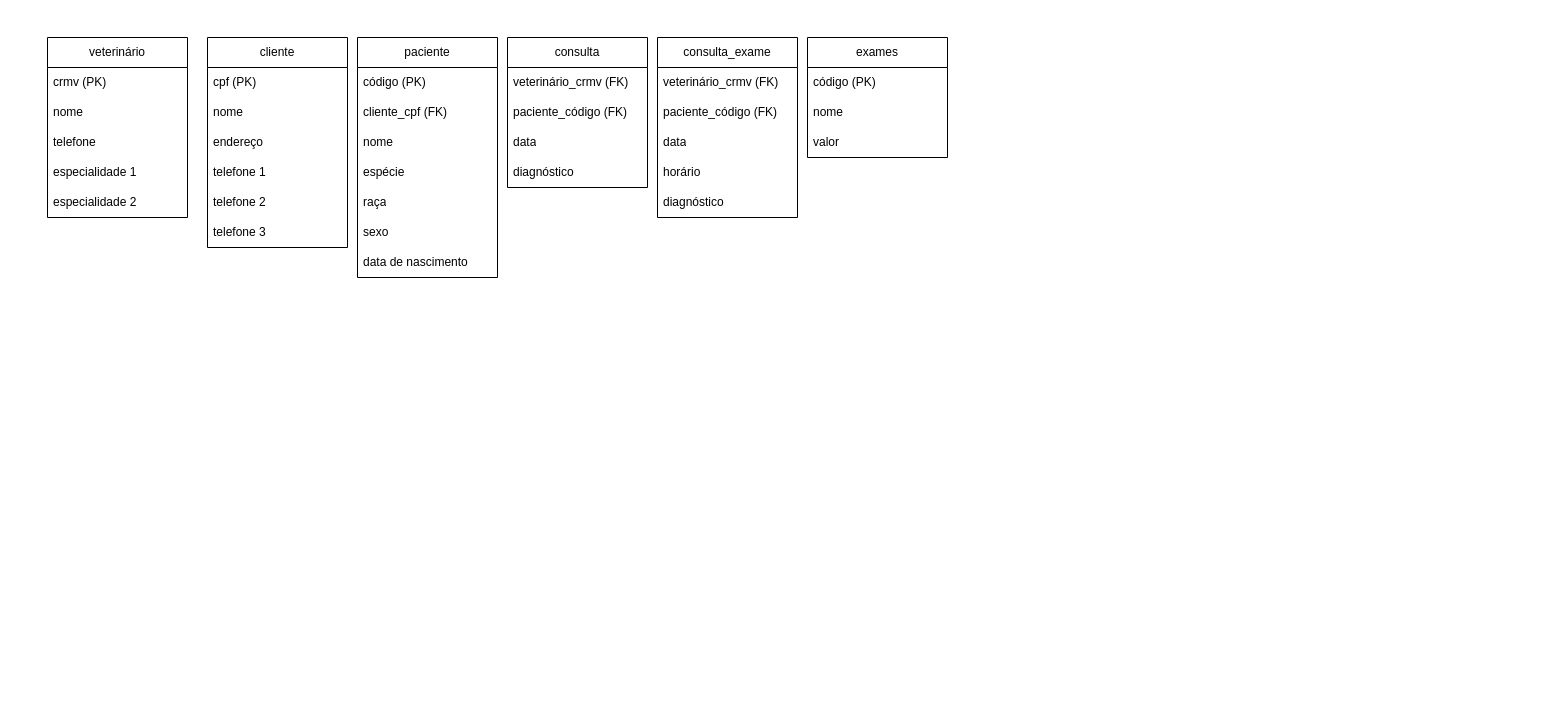
This is case VETERINARIA.drawio from Reimyel/Diagramas, a draw.io file, before an edit. Source tidied: cells renumbered, new cells numbered last; positions are measured from the earlier drawing's top-left corner, leaving out a move shared by most shapes. Both pictures are drawn from the tidied source at 100%, with x=0, y=0 at pixel (47, 37).
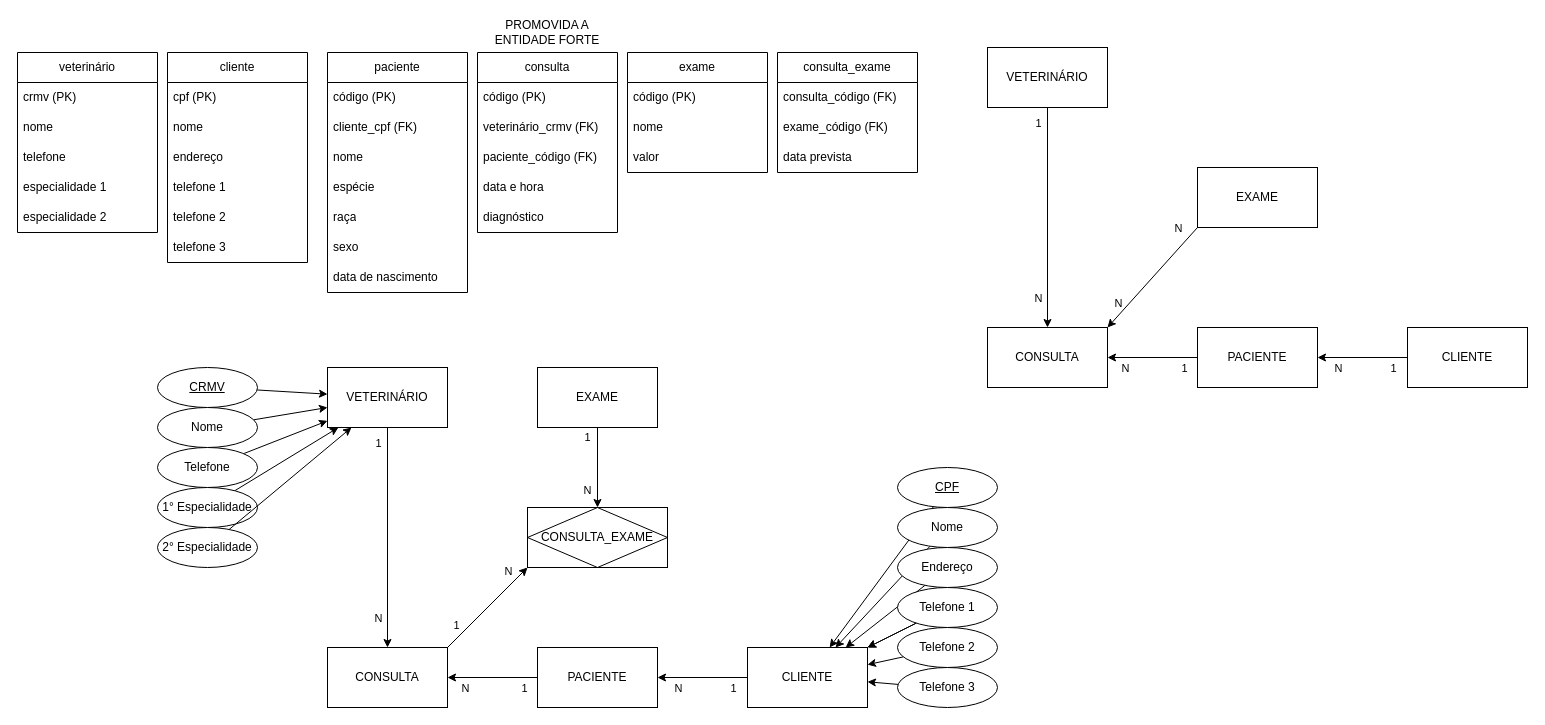
The same page after the edit.

What changed in the source:
```diff
@@
     <mxCell id="2" value="veterinário" style="swimlane;fontStyle=0;horizontal=1;startSize=30;whiteSpace=wrap;html=1;" parent="1" vertex="1">
-      <mxGeometry width="140" height="180" as="geometry" />
+      <mxGeometry x="-30" y="15" width="140" height="180" as="geometry" />
     </mxCell>
@@
     <mxCell id="8" value="cliente" style="swimlane;fontStyle=0;horizontal=1;startSize=30;whiteSpace=wrap;html=1;" parent="1" vertex="1">
-      <mxGeometry x="160" width="140" height="210" as="geometry" />
+      <mxGeometry x="120" y="15" width="140" height="210" as="geometry" />
     </mxCell>
@@
     <mxCell id="15" value="paciente" style="swimlane;fontStyle=0;horizontal=1;startSize=30;whiteSpace=wrap;html=1;" parent="1" vertex="1">
-      <mxGeometry x="310" width="140" height="240" as="geometry" />
+      <mxGeometry x="280" y="15" width="140" height="240" as="geometry" />
     </mxCell>
@@
     <mxCell id="23" value="consulta" style="swimlane;fontStyle=0;horizontal=1;startSize=30;whiteSpace=wrap;html=1;" parent="1" vertex="1">
-      <mxGeometry x="460" width="140" height="150" as="geometry" />
+      <mxGeometry x="430" y="15" width="140" height="180" as="geometry" />
     </mxCell>
+    <mxCell id="38" value="código (PK)" style="text;strokeColor=none;fillColor=none;align=left;verticalAlign=middle;spacingLeft=4;spacingRight=4;overflow=hidden;whiteSpace=wrap;html=1;" parent="23" vertex="1">
+      <mxGeometry y="30" width="140" height="30" as="geometry" />
+    </mxCell>
     <mxCell id="24" value="veterinário_crmv (FK)" style="text;strokeColor=none;fillColor=none;align=left;verticalAlign=middle;spacingLeft=4;spacingRight=4;overflow=hidden;whiteSpace=wrap;html=1;" parent="23" vertex="1">
-      <mxGeometry y="30" width="140" height="30" as="geometry" />
+      <mxGeometry y="60" width="140" height="30" as="geometry" />
     </mxCell>
     <mxCell id="25" value="paciente_código (FK)" style="text;strokeColor=none;fillColor=none;align=left;verticalAlign=middle;spacingLeft=4;spacingRight=4;overflow=hidden;whiteSpace=wrap;html=1;" parent="23" vertex="1">
-      <mxGeometry y="60" width="140" height="30" as="geometry" />
+      <mxGeometry y="90" width="140" height="30" as="geometry" />
     </mxCell>
-    <mxCell id="26" value="data" style="text;strokeColor=none;fillColor=none;align=left;verticalAlign=middle;spacingLeft=4;spacingRight=4;overflow=hidden;whiteSpace=wrap;html=1;" parent="23" vertex="1">
-      <mxGeometry y="90" width="140" height="30" as="geometry" />
+    <mxCell id="26" value="data e hora" style="text;strokeColor=none;fillColor=none;align=left;verticalAlign=middle;spacingLeft=4;spacingRight=4;overflow=hidden;whiteSpace=wrap;html=1;" parent="23" vertex="1">
+      <mxGeometry y="120" width="140" height="30" as="geometry" />
     </mxCell>
     <mxCell id="27" value="diagnóstico" style="text;strokeColor=none;fillColor=none;align=left;verticalAlign=middle;spacingLeft=4;spacingRight=4;overflow=hidden;whiteSpace=wrap;html=1;" parent="23" vertex="1">
-      <mxGeometry y="120" width="140" height="30" as="geometry" />
+      <mxGeometry y="150" width="140" height="30" as="geometry" />
     </mxCell>
-    <mxCell id="28" value="exames" style="swimlane;fontStyle=0;horizontal=1;startSize=30;whiteSpace=wrap;html=1;" parent="1" vertex="1">
-      <mxGeometry x="760" width="140" height="120" as="geometry" />
+    <mxCell id="28" value="exame" style="swimlane;fontStyle=0;horizontal=1;startSize=30;whiteSpace=wrap;html=1;" parent="1" vertex="1">
+      <mxGeometry x="580" y="15" width="140" height="120" as="geometry" />
     </mxCell>
@@
     <mxCell id="32" value="consulta_exame" style="swimlane;fontStyle=0;horizontal=1;startSize=30;whiteSpace=wrap;html=1;" parent="1" vertex="1">
-      <mxGeometry x="610" width="140" height="180" as="geometry" />
+      <mxGeometry x="730" y="15" width="140" height="120" as="geometry" />
     </mxCell>
-    <mxCell id="33" value="veterinário_crmv (FK)" style="text;strokeColor=none;fillColor=none;align=left;verticalAlign=middle;spacingLeft=4;spacingRight=4;overflow=hidden;whiteSpace=wrap;html=1;" parent="32" vertex="1">
+    <mxCell id="33" value="consulta_código (FK)" style="text;strokeColor=none;fillColor=none;align=left;verticalAlign=middle;spacingLeft=4;spacingRight=4;overflow=hidden;whiteSpace=wrap;html=1;" parent="32" vertex="1">
       <mxGeometry y="30" width="140" height="30" as="geometry" />
     </mxCell>
-    <mxCell id="34" value="paciente_código (FK)" style="text;strokeColor=none;fillColor=none;align=left;verticalAlign=middle;spacingLeft=4;spacingRight=4;overflow=hidden;whiteSpace=wrap;html=1;" parent="32" vertex="1">
+    <mxCell id="34" value="exame_código (FK)" style="text;strokeColor=none;fillColor=none;align=left;verticalAlign=middle;spacingLeft=4;spacingRight=4;overflow=hidden;whiteSpace=wrap;html=1;" parent="32" vertex="1">
       <mxGeometry y="60" width="140" height="30" as="geometry" />
     </mxCell>
-    <mxCell id="35" value="data" style="text;strokeColor=none;fillColor=none;align=left;verticalAlign=middle;spacingLeft=4;spacingRight=4;overflow=hidden;whiteSpace=wrap;html=1;" parent="32" vertex="1">
-      <mxGeometry y="90" width="140" height="30" as="geometry" />
-    </mxCell>
-    <mxCell id="36" value="horário" style="text;strokeColor=none;fillColor=none;align=left;verticalAlign=middle;spacingLeft=4;spacingRight=4;overflow=hidden;whiteSpace=wrap;html=1;" parent="32" vertex="1">
-      <mxGeometry y="120" width="140" height="30" as="geometry" />
-    </mxCell>
-    <mxCell id="37" value="diagnóstico" style="text;strokeColor=none;fillColor=none;align=left;verticalAlign=middle;spacingLeft=4;spacingRight=4;overflow=hidden;whiteSpace=wrap;html=1;" parent="32" vertex="1">
-      <mxGeometry y="150" width="140" height="30" as="geometry" />
-    </mxCell>
+    <mxCell id="39" value="data prevista" style="text;strokeColor=none;fillColor=none;align=left;verticalAlign=middle;spacingLeft=4;spacingRight=4;overflow=hidden;whiteSpace=wrap;html=1;" parent="32" vertex="1">
+      <mxGeometry y="90" width="140" height="30" as="geometry" />
+    </mxCell>
+    <mxCell id="40" value="PROMOVIDA A ENTIDADE FORTE" style="text;html=1;whiteSpace=wrap;strokeColor=none;fillColor=none;align=center;verticalAlign=middle;rounded=0;" parent="1" vertex="1">
+      <mxGeometry x="440" y="-20" width="120" height="30" as="geometry" />
+    </mxCell>
+    <mxCell id="41" style="edgeStyle=orthogonalEdgeStyle;rounded=0;jettySize=auto;html=1;" parent="1" edge="1" source="44" target="56">
+      <mxGeometry relative="1" as="geometry" />
+    </mxCell>
+    <mxCell id="42" value="1" style="edgeLabel;html=1;align=center;verticalAlign=middle;" parent="41" vertex="1">
+      <mxGeometry x="-0.86" y="-1" relative="1" as="geometry">
+        <mxPoint x="-9" as="offset" />
+      </mxGeometry>
+    </mxCell>
+    <mxCell id="43" value="N" style="edgeLabel;html=1;align=center;verticalAlign=middle;" parent="41" vertex="1">
+      <mxGeometry x="0.76" y="-1" relative="1" as="geometry">
+        <mxPoint x="-9" y="-4" as="offset" />
+      </mxGeometry>
+    </mxCell>
+    <mxCell id="44" value="VETERINÁRIO" style="rounded=0;whiteSpace=wrap;html=1;" parent="1" vertex="1">
+      <mxGeometry x="940" y="10" width="120" height="60" as="geometry" />
+    </mxCell>
+    <mxCell id="45" style="edgeStyle=orthogonalEdgeStyle;rounded=0;jettySize=auto;html=1;" parent="1" edge="1" source="48" target="52">
+      <mxGeometry relative="1" as="geometry" />
+    </mxCell>
+    <mxCell id="46" value="1" style="edgeLabel;html=1;align=center;verticalAlign=middle;" parent="45" vertex="1">
+      <mxGeometry x="-0.67" y="-2" relative="1" as="geometry">
+        <mxPoint y="12" as="offset" />
+      </mxGeometry>
+    </mxCell>
+    <mxCell id="47" value="N" style="edgeLabel;html=1;align=center;verticalAlign=middle;" parent="45" vertex="1">
+      <mxGeometry x="0.62" relative="1" as="geometry">
+        <mxPoint x="3" y="10" as="offset" />
+      </mxGeometry>
+    </mxCell>
+    <mxCell id="48" value="CLIENTE" style="rounded=0;whiteSpace=wrap;html=1;" parent="1" vertex="1">
+      <mxGeometry x="1360" y="290" width="120" height="60" as="geometry" />
+    </mxCell>
+    <mxCell id="49" style="edgeStyle=orthogonalEdgeStyle;rounded=0;jettySize=auto;html=1;" parent="1" edge="1" source="52" target="56">
+      <mxGeometry relative="1" as="geometry" />
+    </mxCell>
+    <mxCell id="50" value="1" style="edgeLabel;html=1;align=center;verticalAlign=middle;" parent="49" vertex="1">
+      <mxGeometry x="-0.68" y="1" relative="1" as="geometry">
+        <mxPoint y="9" as="offset" />
+      </mxGeometry>
+    </mxCell>
+    <mxCell id="51" value="N" style="edgeLabel;html=1;align=center;verticalAlign=middle;" parent="49" vertex="1">
+      <mxGeometry x="0.63" y="-2" relative="1" as="geometry">
+        <mxPoint y="12" as="offset" />
+      </mxGeometry>
+    </mxCell>
+    <mxCell id="52" value="PACIENTE" style="rounded=0;whiteSpace=wrap;html=1;" parent="1" vertex="1">
+      <mxGeometry x="1150" y="290" width="120" height="60" as="geometry" />
+    </mxCell>
+    <mxCell id="53" style="rounded=0;jettySize=auto;html=1;exitX=0;exitY=1;exitDx=0;exitDy=0;entryX=1;entryY=0;entryDx=0;entryDy=0;" parent="1" edge="1" source="57" target="56">
+      <mxGeometry relative="1" as="geometry" />
+    </mxCell>
+    <mxCell id="54" value="N" style="edgeLabel;html=1;align=center;verticalAlign=middle;" parent="53" vertex="1">
+      <mxGeometry x="0.76" y="-1" relative="1" as="geometry">
+        <mxPoint x="60" y="-87" as="offset" />
+      </mxGeometry>
+    </mxCell>
+    <mxCell id="55" value="N" style="edgeLabel;html=1;align=center;verticalAlign=middle;" parent="53" vertex="1">
+      <mxGeometry x="0.76" y="-1" relative="1" as="geometry">
+        <mxPoint y="-12" as="offset" />
+      </mxGeometry>
+    </mxCell>
+    <mxCell id="56" value="CONSULTA" style="rounded=0;whiteSpace=wrap;html=1;" parent="1" vertex="1">
+      <mxGeometry x="940" y="290" width="120" height="60" as="geometry" />
+    </mxCell>
+    <mxCell id="57" value="EXAME" style="rounded=0;whiteSpace=wrap;html=1;" parent="1" vertex="1">
+      <mxGeometry x="1150" y="130" width="120" height="60" as="geometry" />
+    </mxCell>
+    <mxCell id="58" style="edgeStyle=orthogonalEdgeStyle;rounded=0;jettySize=auto;html=1;" parent="1" edge="1" source="61" target="73">
+      <mxGeometry relative="1" as="geometry" />
+    </mxCell>
+    <mxCell id="59" value="1" style="edgeLabel;html=1;align=center;verticalAlign=middle;" parent="58" vertex="1">
+      <mxGeometry x="-0.86" y="-1" relative="1" as="geometry">
+        <mxPoint x="-9" as="offset" />
+      </mxGeometry>
+    </mxCell>
+    <mxCell id="60" value="N" style="edgeLabel;html=1;align=center;verticalAlign=middle;" parent="58" vertex="1">
+      <mxGeometry x="0.76" y="-1" relative="1" as="geometry">
+        <mxPoint x="-9" y="-4" as="offset" />
+      </mxGeometry>
+    </mxCell>
+    <mxCell id="61" value="VETERINÁRIO" style="rounded=0;whiteSpace=wrap;html=1;" parent="1" vertex="1">
+      <mxGeometry x="280" y="330" width="120" height="60" as="geometry" />
+    </mxCell>
+    <mxCell id="62" style="edgeStyle=orthogonalEdgeStyle;rounded=0;jettySize=auto;html=1;" parent="1" edge="1" source="65" target="69">
+      <mxGeometry relative="1" as="geometry" />
+    </mxCell>
+    <mxCell id="63" value="1" style="edgeLabel;html=1;align=center;verticalAlign=middle;" parent="62" vertex="1">
+      <mxGeometry x="-0.67" y="-2" relative="1" as="geometry">
+        <mxPoint y="12" as="offset" />
+      </mxGeometry>
+    </mxCell>
+    <mxCell id="64" value="N" style="edgeLabel;html=1;align=center;verticalAlign=middle;" parent="62" vertex="1">
+      <mxGeometry x="0.62" relative="1" as="geometry">
+        <mxPoint x="3" y="10" as="offset" />
+      </mxGeometry>
+    </mxCell>
+    <mxCell id="65" value="CLIENTE" style="rounded=0;whiteSpace=wrap;html=1;" parent="1" vertex="1">
+      <mxGeometry x="700" y="610" width="120" height="60" as="geometry" />
+    </mxCell>
+    <mxCell id="66" style="edgeStyle=orthogonalEdgeStyle;rounded=0;jettySize=auto;html=1;" parent="1" edge="1" source="69" target="73">
+      <mxGeometry relative="1" as="geometry" />
+    </mxCell>
+    <mxCell id="67" value="1" style="edgeLabel;html=1;align=center;verticalAlign=middle;" parent="66" vertex="1">
+      <mxGeometry x="-0.68" y="1" relative="1" as="geometry">
+        <mxPoint y="9" as="offset" />
+      </mxGeometry>
+    </mxCell>
+    <mxCell id="68" value="N" style="edgeLabel;html=1;align=center;verticalAlign=middle;" parent="66" vertex="1">
+      <mxGeometry x="0.63" y="-2" relative="1" as="geometry">
+        <mxPoint y="12" as="offset" />
+      </mxGeometry>
+    </mxCell>
+    <mxCell id="69" value="PACIENTE" style="rounded=0;whiteSpace=wrap;html=1;" parent="1" vertex="1">
+      <mxGeometry x="490" y="610" width="120" height="60" as="geometry" />
+    </mxCell>
+    <mxCell id="70" style="rounded=0;jettySize=auto;html=1;entryX=0;entryY=1;entryDx=0;entryDy=0;exitX=1;exitY=0;exitDx=0;exitDy=0;" parent="1" edge="1" source="73" target="78">
+      <mxGeometry relative="1" as="geometry" />
+    </mxCell>
+    <mxCell id="71" value="1" style="edgeLabel;html=1;align=center;verticalAlign=middle;" parent="70" vertex="1">
+      <mxGeometry x="-0.8" y="-1" relative="1" as="geometry">
+        <mxPoint y="-15" as="offset" />
+      </mxGeometry>
+    </mxCell>
+    <mxCell id="72" value="N" style="edgeLabel;html=1;align=center;verticalAlign=middle;" parent="70" vertex="1">
+      <mxGeometry x="0.61" relative="1" as="geometry">
+        <mxPoint x="-4" y="-12" as="offset" />
+      </mxGeometry>
+    </mxCell>
+    <mxCell id="73" value="CONSULTA" style="rounded=0;whiteSpace=wrap;html=1;" parent="1" vertex="1">
+      <mxGeometry x="280" y="610" width="120" height="60" as="geometry" />
+    </mxCell>
+    <mxCell id="74" style="edgeStyle=orthogonalEdgeStyle;rounded=0;jettySize=auto;html=1;" parent="1" edge="1" source="77" target="78">
+      <mxGeometry relative="1" as="geometry" />
+    </mxCell>
+    <mxCell id="75" value="1" style="edgeLabel;html=1;align=center;verticalAlign=middle;" parent="74" vertex="1">
+      <mxGeometry x="-0.82" relative="1" as="geometry">
+        <mxPoint x="-11" y="2" as="offset" />
+      </mxGeometry>
+    </mxCell>
+    <mxCell id="76" value="N" style="edgeLabel;html=1;align=center;verticalAlign=middle;" parent="74" vertex="1">
+      <mxGeometry x="0.64" y="1" relative="1" as="geometry">
+        <mxPoint x="-12" y="-4" as="offset" />
+      </mxGeometry>
+    </mxCell>
+    <mxCell id="77" value="EXAME" style="rounded=0;whiteSpace=wrap;html=1;" parent="1" vertex="1">
+      <mxGeometry x="490" y="330" width="120" height="60" as="geometry" />
+    </mxCell>
+    <mxCell id="78" value="CONSULTA_EXAME" style="shape=associativeEntity;whiteSpace=wrap;html=1;align=center;" parent="1" vertex="1">
+      <mxGeometry x="480" y="470" width="140" height="60" as="geometry" />
+    </mxCell>
+    <mxCell id="79" style="rounded=0;jettySize=auto;html=1;" parent="1" edge="1" source="80" target="61">
+      <mxGeometry relative="1" as="geometry" />
+    </mxCell>
+    <mxCell id="80" value="CRMV" style="ellipse;whiteSpace=wrap;html=1;align=center;fontStyle=4;" parent="1" vertex="1">
+      <mxGeometry x="110" y="330" width="100" height="40" as="geometry" />
+    </mxCell>
+    <mxCell id="81" style="rounded=0;jettySize=auto;html=1;" parent="1" edge="1" source="82" target="61">
+      <mxGeometry relative="1" as="geometry" />
+    </mxCell>
+    <mxCell id="82" value="Nome" style="ellipse;whiteSpace=wrap;html=1;align=center;" parent="1" vertex="1">
+      <mxGeometry x="110" y="370" width="100" height="40" as="geometry" />
+    </mxCell>
+    <mxCell id="83" style="rounded=0;jettySize=auto;html=1;" parent="1" edge="1" source="84" target="61">
+      <mxGeometry relative="1" as="geometry" />
+    </mxCell>
+    <mxCell id="84" value="Telefone" style="ellipse;whiteSpace=wrap;html=1;align=center;" parent="1" vertex="1">
+      <mxGeometry x="110" y="410" width="100" height="40" as="geometry" />
+    </mxCell>
+    <mxCell id="85" style="rounded=0;jettySize=auto;html=1;" parent="1" edge="1" source="86" target="61">
+      <mxGeometry relative="1" as="geometry" />
+    </mxCell>
+    <mxCell id="86" value="1° Especialidade" style="ellipse;whiteSpace=wrap;html=1;align=center;" parent="1" vertex="1">
+      <mxGeometry x="110" y="450" width="100" height="40" as="geometry" />
+    </mxCell>
+    <mxCell id="87" style="rounded=0;jettySize=auto;html=1;" parent="1" edge="1" source="88" target="61">
+      <mxGeometry relative="1" as="geometry" />
+    </mxCell>
+    <mxCell id="88" value="2° Especialidade" style="ellipse;whiteSpace=wrap;html=1;align=center;" parent="1" vertex="1">
+      <mxGeometry x="110" y="490" width="100" height="40" as="geometry" />
+    </mxCell>
+    <mxCell id="89" style="rounded=0;jettySize=auto;html=1;" parent="1" edge="1" source="90" target="65">
+      <mxGeometry relative="1" as="geometry" />
+    </mxCell>
+    <mxCell id="90" value="CPF" style="ellipse;whiteSpace=wrap;html=1;align=center;fontStyle=4;" parent="1" vertex="1">
+      <mxGeometry x="850" y="430" width="100" height="40" as="geometry" />
+    </mxCell>
+    <mxCell id="91" style="rounded=0;jettySize=auto;html=1;" parent="1" edge="1" source="92" target="65">
+      <mxGeometry relative="1" as="geometry" />
+    </mxCell>
+    <mxCell id="92" value="Nome" style="ellipse;whiteSpace=wrap;html=1;align=center;" parent="1" vertex="1">
+      <mxGeometry x="850" y="470" width="100" height="40" as="geometry" />
+    </mxCell>
+    <mxCell id="93" style="rounded=0;jettySize=auto;html=1;" parent="1" edge="1" source="94" target="65">
+      <mxGeometry relative="1" as="geometry" />
+    </mxCell>
+    <mxCell id="94" value="Endereço" style="ellipse;whiteSpace=wrap;html=1;align=center;" parent="1" vertex="1">
+      <mxGeometry x="850" y="510" width="100" height="40" as="geometry" />
+    </mxCell>
+    <mxCell id="95" style="rounded=0;jettySize=auto;html=1;" parent="1" edge="1" source="97" target="65">
+      <mxGeometry relative="1" as="geometry" />
+    </mxCell>
+    <mxCell id="96" style="rounded=0;jettySize=auto;html=1;" parent="1" edge="1" source="97" target="65">
+      <mxGeometry relative="1" as="geometry" />
+    </mxCell>
+    <mxCell id="97" value="Telefone 1" style="ellipse;whiteSpace=wrap;html=1;align=center;" parent="1" vertex="1">
+      <mxGeometry x="850" y="550" width="100" height="40" as="geometry" />
+    </mxCell>
+    <mxCell id="98" style="rounded=0;jettySize=auto;html=1;" parent="1" edge="1" source="99" target="65">
+      <mxGeometry relative="1" as="geometry" />
+    </mxCell>
+    <mxCell id="99" value="Telefone 2" style="ellipse;whiteSpace=wrap;html=1;align=center;" parent="1" vertex="1">
+      <mxGeometry x="850" y="590" width="100" height="40" as="geometry" />
+    </mxCell>
+    <mxCell id="100" style="rounded=0;jettySize=auto;html=1;" parent="1" edge="1" source="101" target="65">
+      <mxGeometry relative="1" as="geometry" />
+    </mxCell>
+    <mxCell id="101" value="Telefone 3" style="ellipse;whiteSpace=wrap;html=1;align=center;" parent="1" vertex="1">
+      <mxGeometry x="850" y="630" width="100" height="40" as="geometry" />
+    </mxCell>
```
